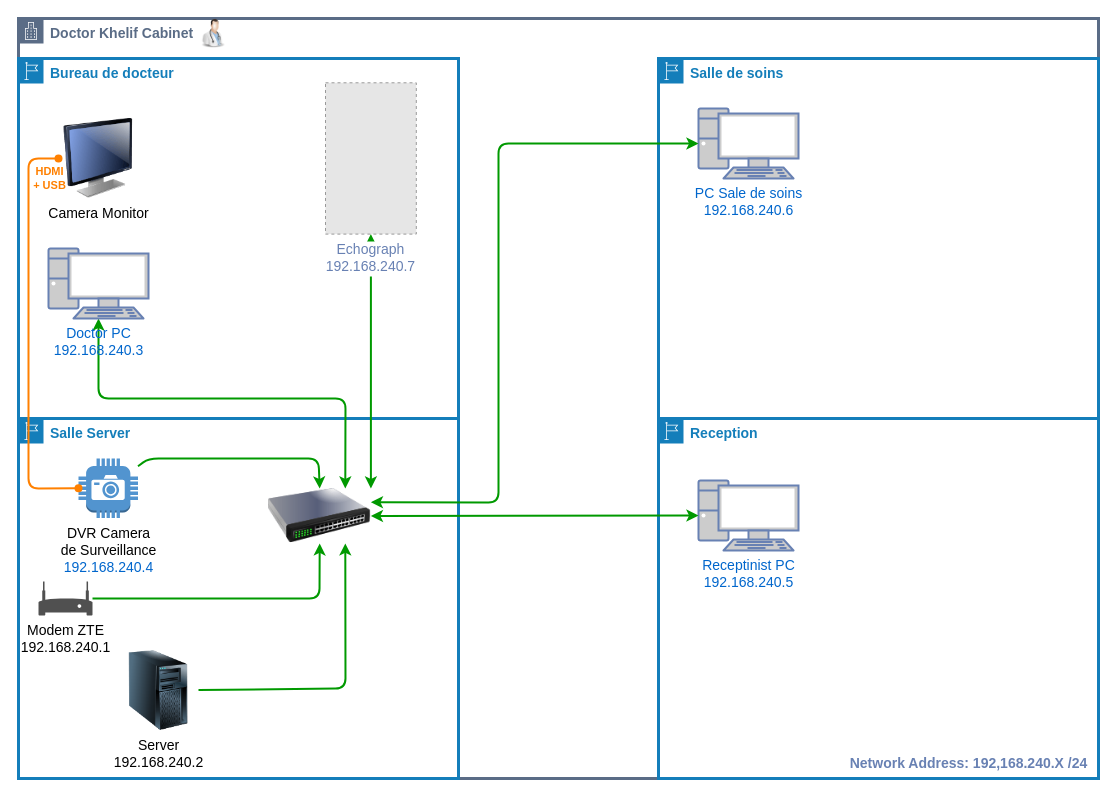
This is Clinic-Elwifak/Doctor-Khalef/architecture.dio from ElhabibTOUAOUA/DrawNetArch, a draw.io file, before an edit. Source tidied: cells renumbered, new cells numbered last; positions are measured from the earlier drawing's top-left corner, leaving out a move shared by most shapes. Both pictures are drawn from the tidied source at 100%, with x=0, y=0 at pixel (18, 18). Pictures stored in the file or linked from it are replaced by grey dashed boxes.
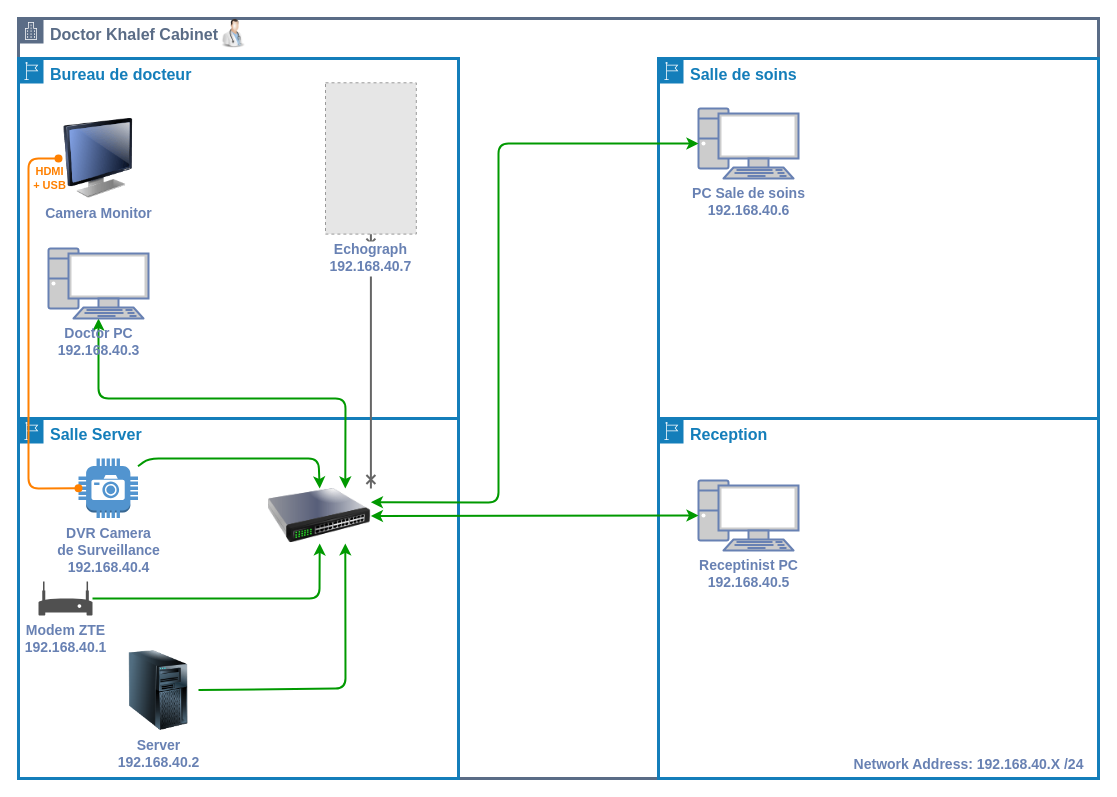
Above is the later version.

The change refers to these unchanged cells:
```xml
<mxCell id="9" style="image;html=1;image=img/lib/clip_art/networking/Switch_128x128.png;strokeWidth=3;fontSize=14;fillColor=none;gradientColor=none;gradientDirection=north;clipPath=inset(0% 0% 0% 0.79%);" parent="4" vertex="1">
  <mxGeometry x="250" y="70" width="102.4" height="54.9" as="geometry" />
</mxCell>
```

Change to the diagram source:
```diff
@@
-    <mxCell id="2" value="&lt;b&gt;&lt;font style=&quot;font-size: 14px;&quot;&gt;Doctor Khelif Cabinet&lt;/font&gt;&lt;/b&gt;" style="gradientColor=none;html=1;whiteSpace=wrap;fontSize=12;fontStyle=0;shape=mxgraph.aws4.group;grIcon=mxgraph.aws4.group_corporate_data_center;strokeColor=#5A6C86;fillColor=none;verticalAlign=top;align=left;spacingLeft=30;fontColor=#5A6C86;dashed=0;strokeWidth=3;gradientDirection=north;" parent="1" vertex="1">
+    <mxCell id="2" value="&lt;b&gt;&lt;font style=&quot;font-size: 16px;&quot;&gt;Doctor Khalef Cabinet&lt;/font&gt;&lt;/b&gt;" style="gradientColor=none;html=1;whiteSpace=wrap;fontSize=12;fontStyle=0;shape=mxgraph.aws4.group;grIcon=mxgraph.aws4.group_corporate_data_center;strokeColor=#5A6C86;fillColor=none;verticalAlign=top;align=left;spacingLeft=30;fontColor=#5A6C86;dashed=0;strokeWidth=3;gradientDirection=north;" parent="1" vertex="1">
       <mxGeometry width="1080" height="760" as="geometry" />
     </mxCell>
-    <mxCell id="3" value="&lt;font style=&quot;font-size: 14px;&quot;&gt;&lt;b&gt;Bureau de docteur&lt;/b&gt;&lt;/font&gt;" style="gradientColor=none;html=1;whiteSpace=wrap;fontSize=12;fontStyle=0;shape=mxgraph.aws4.group;grIcon=mxgraph.aws4.group_region;strokeColor=#147EBA;fillColor=none;verticalAlign=top;align=left;spacingLeft=30;fontColor=#147EBA;strokeWidth=3;" parent="2" vertex="1">
+    <mxCell id="3" value="&lt;font size=&quot;1&quot; style=&quot;&quot;&gt;&lt;b style=&quot;font-size: 16px;&quot;&gt;Bureau de docteur&lt;/b&gt;&lt;/font&gt;" style="gradientColor=none;html=1;whiteSpace=wrap;fontSize=12;fontStyle=0;shape=mxgraph.aws4.group;grIcon=mxgraph.aws4.group_region;strokeColor=#147EBA;fillColor=none;verticalAlign=top;align=left;spacingLeft=30;fontColor=#147EBA;strokeWidth=3;" parent="2" vertex="1">
       <mxGeometry y="40" width="440" height="720" as="geometry" />
     </mxCell>
-    <mxCell id="4" value="&lt;span style=&quot;font-size: 14px;&quot;&gt;&lt;b&gt;Salle Server&lt;/b&gt;&lt;/span&gt;" style="gradientColor=none;html=1;whiteSpace=wrap;fontSize=12;fontStyle=0;shape=mxgraph.aws4.group;grIcon=mxgraph.aws4.group_region;strokeColor=#147EBA;fillColor=none;verticalAlign=top;align=left;spacingLeft=30;fontColor=#147EBA;strokeWidth=3;" parent="3" vertex="1">
+    <mxCell id="4" value="&lt;b style=&quot;&quot;&gt;&lt;font style=&quot;font-size: 16px;&quot;&gt;Salle Server&lt;/font&gt;&lt;/b&gt;" style="gradientColor=none;html=1;whiteSpace=wrap;fontSize=12;fontStyle=0;shape=mxgraph.aws4.group;grIcon=mxgraph.aws4.group_region;strokeColor=#147EBA;fillColor=none;verticalAlign=top;align=left;spacingLeft=30;fontColor=#147EBA;strokeWidth=3;" parent="3" vertex="1">
       <mxGeometry y="360" width="440" height="360" as="geometry" />
     </mxCell>
@@
-    <mxCell id="6" value="Server&lt;br&gt;192.168.240.2" style="image;html=1;image=img/lib/clip_art/computers/Server_Tower_128x128.png;strokeWidth=3;fontSize=14;fillColor=none;gradientColor=none;gradientDirection=north;" parent="4" vertex="1">
+    <mxCell id="6" value="&lt;font color=&quot;#6881b3&quot;&gt;&lt;b&gt;Server&lt;br&gt;192.168.40.2&lt;/b&gt;&lt;/font&gt;" style="image;html=1;image=img/lib/clip_art/computers/Server_Tower_128x128.png;strokeWidth=3;fontSize=14;fillColor=none;gradientColor=none;gradientDirection=north;" parent="4" vertex="1">
       <mxGeometry x="100" y="232" width="80" height="80" as="geometry" />
     </mxCell>
@@
-    <mxCell id="8" value="Modem ZTE&lt;br&gt;192.168.240.1" style="shadow=0;dashed=0;html=1;strokeColor=none;fillColor=#505050;labelPosition=center;verticalLabelPosition=bottom;verticalAlign=top;outlineConnect=0;align=center;shape=mxgraph.office.devices.modem;strokeWidth=3;fontSize=14;" parent="4" vertex="1">
+    <mxCell id="8" value="&lt;font color=&quot;#6881b3&quot;&gt;&lt;b&gt;Modem ZTE&lt;br&gt;192.168.40.1&lt;/b&gt;&lt;/font&gt;" style="shadow=0;dashed=0;html=1;strokeColor=none;fillColor=#505050;labelPosition=center;verticalLabelPosition=bottom;verticalAlign=top;outlineConnect=0;align=center;shape=mxgraph.office.devices.modem;strokeWidth=3;fontSize=14;" parent="4" vertex="1">
       <mxGeometry x="20" y="163" width="54" height="34" as="geometry" />
     </mxCell>
@@
-    <mxCell id="11" value="DVR Camera &lt;br&gt;de Surveillance&lt;br&gt;&lt;span style=&quot;color: rgb(0, 102, 204);&quot;&gt;192.168.240.4&lt;/span&gt;" style="outlineConnect=0;dashed=0;verticalLabelPosition=bottom;verticalAlign=top;align=center;html=1;shape=mxgraph.aws3.camera;fillColor=#5294CF;gradientColor=none;strokeWidth=3;fontSize=14;" parent="4" vertex="1">
+    <mxCell id="11" value="&lt;font color=&quot;#6881b3&quot;&gt;&lt;b&gt;DVR Camera &lt;br&gt;de Surveillance&lt;br&gt;192.168.40.4&lt;/b&gt;&lt;/font&gt;" style="outlineConnect=0;dashed=0;verticalLabelPosition=bottom;verticalAlign=top;align=center;html=1;shape=mxgraph.aws3.camera;fillColor=#5294CF;gradientColor=none;strokeWidth=3;fontSize=14;" parent="4" vertex="1">
       <mxGeometry x="60" y="40" width="59.5" height="59.5" as="geometry" />
     </mxCell>
@@
-    <mxCell id="13" value="Doctor PC&lt;br&gt;192.168.240.3" style="fontColor=#0066CC;verticalAlign=top;verticalLabelPosition=bottom;labelPosition=center;align=center;html=1;outlineConnect=0;fillColor=#CCCCCC;strokeColor=#6881B3;gradientColor=none;gradientDirection=north;strokeWidth=2;shape=mxgraph.networks.pc;fontSize=14;" parent="3" vertex="1">
+    <mxCell id="13" value="&lt;b&gt;&lt;font color=&quot;#6881b3&quot;&gt;Doctor PC&lt;br&gt;192.168.40.3&lt;/font&gt;&lt;/b&gt;" style="fontColor=#0066CC;verticalAlign=top;verticalLabelPosition=bottom;labelPosition=center;align=center;html=1;outlineConnect=0;fillColor=#CCCCCC;strokeColor=#6881B3;gradientColor=none;gradientDirection=north;strokeWidth=2;shape=mxgraph.networks.pc;fontSize=14;" parent="3" vertex="1">
       <mxGeometry x="30" y="190" width="100" height="70" as="geometry" />
     </mxCell>
-    <mxCell id="14" value="Camera Monitor" style="image;html=1;image=img/lib/clip_art/computers/Monitor_128x128.png;strokeWidth=3;fontSize=14;fillColor=none;gradientColor=none;gradientDirection=north;" parent="3" vertex="1">
+    <mxCell id="14" value="&lt;font color=&quot;#6881b3&quot;&gt;&lt;b&gt;Camera Monitor&lt;/b&gt;&lt;/font&gt;" style="image;html=1;image=img/lib/clip_art/computers/Monitor_128x128.png;strokeWidth=3;fontSize=14;fillColor=none;gradientColor=none;gradientDirection=north;" parent="3" vertex="1">
       <mxGeometry x="40" y="60" width="80" height="80" as="geometry" />
     </mxCell>
@@
-    <mxCell id="17" style="edgeStyle=none;html=1;entryX=1;entryY=0;entryDx=0;entryDy=0;fontSize=14;fontColor=#6881B3;startArrow=classic;startFill=1;endArrow=classic;endFill=1;exitX=0.5;exitY=1;exitDx=0;exitDy=0;strokeWidth=2;strokeColor=#009900;flowAnimation=1;" parent="3" edge="1" source="18" target="9">
+    <mxCell id="17" style="edgeStyle=none;html=1;entryX=1;entryY=0;entryDx=0;entryDy=0;fontSize=14;fontColor=#6881B3;startArrow=cross;startFill=0;endArrow=cross;endFill=0;exitX=0.5;exitY=1;exitDx=0;exitDy=0;strokeWidth=2;strokeColor=#666666;flowAnimation=1;" parent="3" edge="1" source="18" target="9">
       <mxGeometry relative="1" as="geometry" />
     </mxCell>
-    <mxCell id="18" value="Echograph&#10;192.168.240.7" style="fillColor=#E6E6E6;strokeColor=#999999;dashed=1;verticalLabelPosition=bottom;labelBackgroundColor=default;verticalAlign=top;fontSize=14;fontStyle=0;fontColor=#6881B3;" parent="3" vertex="1">
+    <mxCell id="18" value="Echograph&#10;192.168.40.7" style="fillColor=#E6E6E6;strokeColor=#999999;dashed=1;verticalLabelPosition=bottom;labelBackgroundColor=default;verticalAlign=top;fontSize=14;fontStyle=1;fontColor=#6881B3;" parent="3" vertex="1">
       <mxGeometry x="307" y="24.3" width="90.8" height="151.3" as="geometry" />
     </mxCell>
-    <mxCell id="19" value="&lt;span style=&quot;font-size: 14px;&quot;&gt;&lt;b&gt;Salle de soins&lt;/b&gt;&lt;/span&gt;" style="gradientColor=none;html=1;whiteSpace=wrap;fontSize=12;fontStyle=0;shape=mxgraph.aws4.group;grIcon=mxgraph.aws4.group_region;strokeColor=#147EBA;fillColor=none;verticalAlign=top;align=left;spacingLeft=30;fontColor=#147EBA;strokeWidth=3;" parent="2" vertex="1">
+    <mxCell id="19" value="&lt;b style=&quot;&quot;&gt;&lt;font style=&quot;font-size: 16px;&quot;&gt;Salle de soins&lt;/font&gt;&lt;/b&gt;" style="gradientColor=none;html=1;whiteSpace=wrap;fontSize=12;fontStyle=0;shape=mxgraph.aws4.group;grIcon=mxgraph.aws4.group_region;strokeColor=#147EBA;fillColor=none;verticalAlign=top;align=left;spacingLeft=30;fontColor=#147EBA;strokeWidth=3;" parent="2" vertex="1">
       <mxGeometry x="640" y="40" width="440" height="720" as="geometry" />
     </mxCell>
-    <mxCell id="20" value="&lt;span style=&quot;font-size: 14px;&quot;&gt;&lt;b&gt;Reception&lt;/b&gt;&lt;/span&gt;" style="gradientColor=none;html=1;whiteSpace=wrap;fontSize=12;fontStyle=0;shape=mxgraph.aws4.group;grIcon=mxgraph.aws4.group_region;strokeColor=#147EBA;fillColor=none;verticalAlign=top;align=left;spacingLeft=30;fontColor=#147EBA;strokeWidth=3;" parent="19" vertex="1">
+    <mxCell id="20" value="&lt;b style=&quot;&quot;&gt;&lt;font style=&quot;font-size: 16px;&quot;&gt;Reception&lt;/font&gt;&lt;/b&gt;" style="gradientColor=none;html=1;whiteSpace=wrap;fontSize=12;fontStyle=0;shape=mxgraph.aws4.group;grIcon=mxgraph.aws4.group_region;strokeColor=#147EBA;fillColor=none;verticalAlign=top;align=left;spacingLeft=30;fontColor=#147EBA;strokeWidth=3;" parent="19" vertex="1">
       <mxGeometry y="360" width="440" height="360" as="geometry" />
     </mxCell>
-    <mxCell id="21" value="Receptinist PC&lt;br&gt;192.168.240.5" style="fontColor=#0066CC;verticalAlign=top;verticalLabelPosition=bottom;labelPosition=center;align=center;html=1;outlineConnect=0;fillColor=#CCCCCC;strokeColor=#6881B3;gradientColor=none;gradientDirection=north;strokeWidth=2;shape=mxgraph.networks.pc;fontSize=14;" parent="20" vertex="1">
+    <mxCell id="21" value="&lt;font color=&quot;#6881b3&quot;&gt;&lt;b&gt;Receptinist PC&lt;br&gt;192.168.40.5&lt;/b&gt;&lt;/font&gt;" style="fontColor=#0066CC;verticalAlign=top;verticalLabelPosition=bottom;labelPosition=center;align=center;html=1;outlineConnect=0;fillColor=#CCCCCC;strokeColor=#6881B3;gradientColor=none;gradientDirection=north;strokeWidth=2;shape=mxgraph.networks.pc;fontSize=14;" parent="20" vertex="1">
       <mxGeometry x="40" y="62" width="100" height="70" as="geometry" />
     </mxCell>
-    <mxCell id="22" value="&lt;font size=&quot;1&quot; color=&quot;#6881b3&quot;&gt;&lt;b style=&quot;font-size: 14px;&quot;&gt;Network Address: 192,168.240.X /24&lt;/b&gt;&lt;/font&gt;" style="text;html=1;align=center;verticalAlign=middle;strokeColor=none;fillColor=none;fontColor=#FF8000;" parent="20" vertex="1">
-      <mxGeometry x="180" y="330" width="260" height="30" as="geometry" />
+    <mxCell id="22" value="&lt;font size=&quot;1&quot; color=&quot;#6881b3&quot;&gt;&lt;b style=&quot;font-size: 14px;&quot;&gt;Network Address: 192.168.40.X /24&lt;/b&gt;&lt;/font&gt;" style="text;html=1;align=center;verticalAlign=middle;strokeColor=none;fillColor=none;fontColor=#FF8000;" parent="20" vertex="1">
+      <mxGeometry x="186" y="331" width="248" height="29" as="geometry" />
     </mxCell>
-    <mxCell id="23" value="PC Sale de soins&lt;br&gt;192.168.240.6" style="fontColor=#0066CC;verticalAlign=top;verticalLabelPosition=bottom;labelPosition=center;align=center;html=1;outlineConnect=0;fillColor=#CCCCCC;strokeColor=#6881B3;gradientColor=none;gradientDirection=north;strokeWidth=2;shape=mxgraph.networks.pc;fontSize=14;" parent="19" vertex="1">
+    <mxCell id="23" value="&lt;font color=&quot;#6881b3&quot;&gt;&lt;b&gt;PC Sale de soins&lt;br&gt;192.168.40.6&lt;/b&gt;&lt;/font&gt;" style="fontColor=#0066CC;verticalAlign=top;verticalLabelPosition=bottom;labelPosition=center;align=center;html=1;outlineConnect=0;fillColor=#CCCCCC;strokeColor=#6881B3;gradientColor=none;gradientDirection=north;strokeWidth=2;shape=mxgraph.networks.pc;fontSize=14;" parent="19" vertex="1">
       <mxGeometry x="40" y="50" width="100" height="70" as="geometry" />
     </mxCell>
     <mxCell id="24" style="image;html=1;image=img/lib/clip_art/people/Doctor_Man_128x128.png;strokeWidth=3;fontSize=14;fillColor=none;gradientColor=none;gradientDirection=north;" parent="2" vertex="1">
-      <mxGeometry x="180" width="30" height="30" as="geometry" />
+      <mxGeometry x="200" width="30" height="30" as="geometry" />
     </mxCell>
```
